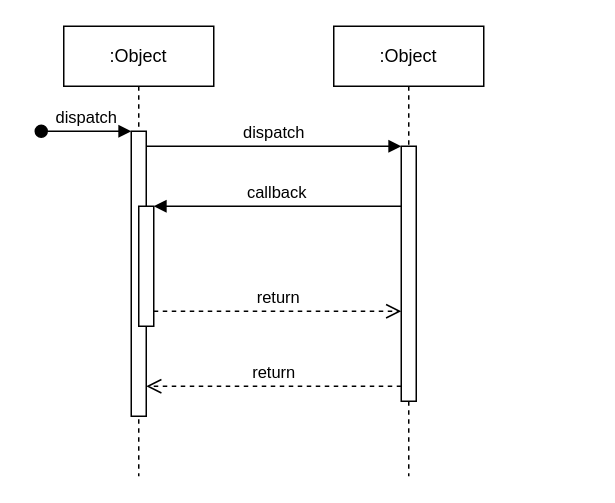
Above: Diagramme sans nom.drawio in SelEli/zooarcadia (draw.io), before the change. Source tidied: cells renumbered, new cells numbered last; positions are measured from the earlier drawing's top-left corner, leaving out a move shared by most shapes. Both pictures are drawn from the tidied source at 150%, with x=0, y=0 at pixel (40, 26).
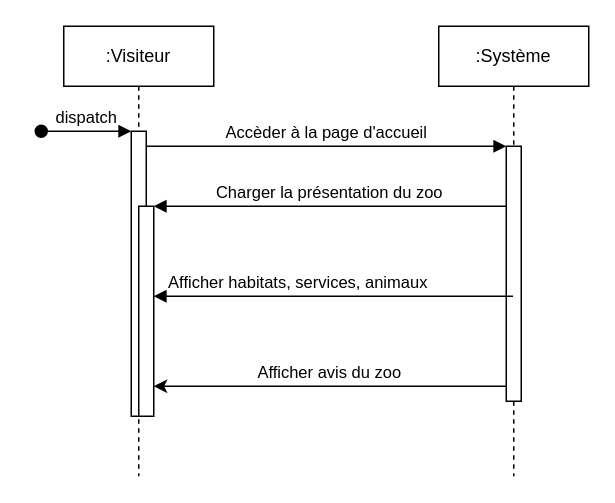
Above is the later version.

Commit message (it also covers changes not shown here):
Mettre à jour Diagramme sans nom.drawio

Change to the diagram source:
```diff
@@
 <mxGraphModel>
   <root>
     <mxCell id="0" />
     <mxCell id="1" parent="0" />
-    <mxCell id="2" value=":Object" style="shape=umlLifeline;perimeter=lifelinePerimeter;whiteSpace=wrap;html=1;newEdgeStyle={&quot;edgeStyle&quot;:&quot;elbowEdgeStyle&quot;,&quot;elbow&quot;:&quot;vertical&quot;,&quot;curved&quot;:0,&quot;rounded&quot;:0};" parent="1" vertex="1">
+    <mxCell id="2" value=":Visiteur" style="shape=umlLifeline;perimeter=lifelinePerimeter;whiteSpace=wrap;html=1;newEdgeStyle={&quot;edgeStyle&quot;:&quot;elbowEdgeStyle&quot;,&quot;elbow&quot;:&quot;vertical&quot;,&quot;curved&quot;:0,&quot;rounded&quot;:0};" parent="1" vertex="1">
       <mxGeometry x="15" width="100" height="300" as="geometry" />
     </mxCell>
     <mxCell id="3" style="html=1;points=[];perimeter=orthogonalPerimeter;outlineConnect=0;targetShapes=umlLifeline;portConstraint=eastwest;newEdgeStyle={&quot;edgeStyle&quot;:&quot;elbowEdgeStyle&quot;,&quot;elbow&quot;:&quot;vertical&quot;,&quot;curved&quot;:0,&quot;rounded&quot;:0};" parent="2" vertex="1">
       <mxGeometry x="45" y="70" width="10" height="190" as="geometry" />
     </mxCell>
     <mxCell id="4" value="dispatch" style="html=1;verticalAlign=bottom;startArrow=oval;endArrow=block;startSize=8;edgeStyle=elbowEdgeStyle;elbow=vertical;curved=0;rounded=0;" parent="2" edge="1" target="3">
       <mxGeometry relative="1" as="geometry">
         <mxPoint x="-15" y="70" as="sourcePoint" />
       </mxGeometry>
     </mxCell>
     <mxCell id="5" style="html=1;points=[];perimeter=orthogonalPerimeter;outlineConnect=0;targetShapes=umlLifeline;portConstraint=eastwest;newEdgeStyle={&quot;edgeStyle&quot;:&quot;elbowEdgeStyle&quot;,&quot;elbow&quot;:&quot;vertical&quot;,&quot;curved&quot;:0,&quot;rounded&quot;:0};" parent="2" vertex="1">
-      <mxGeometry x="50" y="120" width="10" height="80" as="geometry" />
+      <mxGeometry x="50" y="120" width="10" height="140" as="geometry" />
     </mxCell>
-    <mxCell id="6" value=":Object" style="shape=umlLifeline;perimeter=lifelinePerimeter;whiteSpace=wrap;html=1;outlineConnect=0;portConstraint=eastwest;newEdgeStyle={&quot;edgeStyle&quot;:&quot;elbowEdgeStyle&quot;,&quot;elbow&quot;:&quot;vertical&quot;,&quot;curved&quot;:0,&quot;rounded&quot;:0};" parent="1" vertex="1">
-      <mxGeometry x="195" width="100" height="300" as="geometry" />
+    <mxCell id="6" value=":Système" style="shape=umlLifeline;perimeter=lifelinePerimeter;whiteSpace=wrap;html=1;outlineConnect=0;portConstraint=eastwest;newEdgeStyle={&quot;edgeStyle&quot;:&quot;elbowEdgeStyle&quot;,&quot;elbow&quot;:&quot;vertical&quot;,&quot;curved&quot;:0,&quot;rounded&quot;:0};" parent="1" vertex="1">
+      <mxGeometry x="265" width="100" height="300" as="geometry" />
     </mxCell>
     <mxCell id="7" style="html=1;points=[];perimeter=orthogonalPerimeter;outlineConnect=0;targetShapes=umlLifeline;portConstraint=eastwest;newEdgeStyle={&quot;edgeStyle&quot;:&quot;elbowEdgeStyle&quot;,&quot;elbow&quot;:&quot;vertical&quot;,&quot;curved&quot;:0,&quot;rounded&quot;:0};" parent="6" vertex="1">
       <mxGeometry x="45" y="80" width="10" height="170" as="geometry" />
     </mxCell>
-    <mxCell id="8" value="dispatch" style="html=1;verticalAlign=bottom;endArrow=block;edgeStyle=elbowEdgeStyle;elbow=vertical;curved=0;rounded=0;" parent="1" edge="1" source="3" target="7">
+    <mxCell id="8" value="Accèder à la page d'accueil" style="html=1;verticalAlign=bottom;endArrow=block;edgeStyle=elbowEdgeStyle;elbow=vertical;curved=0;rounded=0;" parent="1" edge="1" source="3" target="7">
       <mxGeometry relative="1" as="geometry">
         <Array as="points">
           <mxPoint x="155" y="80" />
         </Array>
       </mxGeometry>
     </mxCell>
-    <mxCell id="9" value="return" style="html=1;verticalAlign=bottom;endArrow=open;dashed=1;endSize=8;edgeStyle=elbowEdgeStyle;elbow=vertical;curved=0;rounded=0;" parent="1" edge="1" source="7" target="3">
-      <mxGeometry relative="1" as="geometry">
-        <Array as="points">
-          <mxPoint x="165" y="240" />
-        </Array>
-      </mxGeometry>
-    </mxCell>
-    <mxCell id="10" value="callback" style="html=1;verticalAlign=bottom;endArrow=block;edgeStyle=elbowEdgeStyle;elbow=vertical;curved=0;rounded=0;" parent="1" edge="1" source="7" target="5">
+    <mxCell id="10" value="&lt;span&gt;Charger &lt;/span&gt;&lt;span&gt;la &lt;/span&gt;&lt;span&gt;présentation &lt;/span&gt;&lt;span&gt;du &lt;/span&gt;&lt;span&gt;zoo&lt;/span&gt;" style="html=1;verticalAlign=bottom;endArrow=block;edgeStyle=elbowEdgeStyle;elbow=vertical;curved=0;rounded=0;" parent="1" edge="1" source="7" target="5">
       <mxGeometry relative="1" as="geometry">
         <Array as="points">
           <mxPoint x="165" y="120" />
         </Array>
       </mxGeometry>
     </mxCell>
-    <mxCell id="11" value="return" style="html=1;verticalAlign=bottom;endArrow=open;dashed=1;endSize=8;edgeStyle=elbowEdgeStyle;elbow=vertical;curved=0;rounded=0;" parent="1" edge="1" source="5" target="7">
-      <mxGeometry relative="1" as="geometry">
-        <Array as="points">
-          <mxPoint x="155" y="190" />
-        </Array>
-      </mxGeometry>
-    </mxCell>
+    <mxCell id="12" value="&lt;span&gt;Afficher &lt;/span&gt;&lt;span&gt;habitats, &lt;/span&gt;&lt;span&gt;services, &lt;/span&gt;&lt;span&gt;animaux&lt;/span&gt;" style="html=1;verticalAlign=bottom;endArrow=block;edgeStyle=elbowEdgeStyle;elbow=vertical;curved=0;rounded=0;" parent="1" edge="1" source="6" target="5">
+      <mxGeometry x="0.2" relative="1" as="geometry">
+        <Array as="points">
+          <mxPoint x="125" y="180" />
+        </Array>
+      </mxGeometry>
+    </mxCell>
+    <mxCell id="13" style="endArrow=classic;html=1;rounded=0;" parent="1" edge="1">
+      <mxGeometry relative="1" as="geometry">
+        <mxPoint x="310" y="240" as="sourcePoint" />
+        <mxPoint x="75" y="240" as="targetPoint" />
+      </mxGeometry>
+    </mxCell>
+    <mxCell id="14" value="&lt;span&gt;Afficher &lt;/span&gt;&lt;span&gt;avis &lt;/span&gt;&lt;span&gt;du &lt;/span&gt;&lt;span&gt;zoo&lt;/span&gt;" style="edgeLabel;html=1;align=center;verticalAlign=middle;" parent="13" vertex="1">
+      <mxGeometry x="0.01" y="-3" relative="1" as="geometry">
+        <mxPoint y="-7" as="offset" />
+      </mxGeometry>
+    </mxCell>
   </root>
 </mxGraphModel>
```
